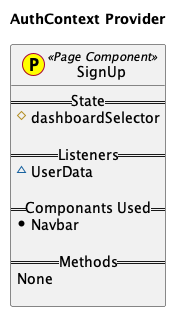
Above: entry_system_website/UML_Diagrams/Pages/SignUp.png in grid-rider/Computer_Science_IA_EntrySystem_Website (PlantUML), before the change. Source of this version:
```plantuml
@startuml
title AuthContext Provider

class SignUp << (P,yellow) Page Component>> {
    == State ==
     #dashboardSelector

    == Listeners ==
     ~UserData

    == Componants Used ==
     *Navbar

    == Methods ==
    None

}

@enduml
```
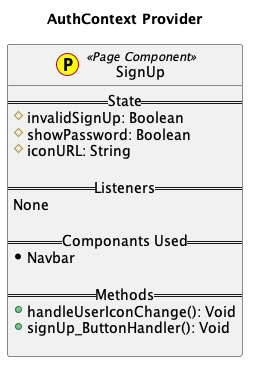
Above is the later version.

What changed in the source:
```diff
@@ -3,16 +3,19 @@
 
 class SignUp << (P,yellow) Page Component>> {
     == State ==
-     #dashboardSelector
+     #invalidSignUp: Boolean
+     #showPassword: Boolean
+     #iconURL: String
 
     == Listeners ==
-     ~UserData
+     None
 
     == Componants Used ==
      *Navbar
 
     == Methods ==
-    None
+     +handleUserIconChange(): Void
+     +signUp_ButtonHandler(): Void
 
 }
 
```
